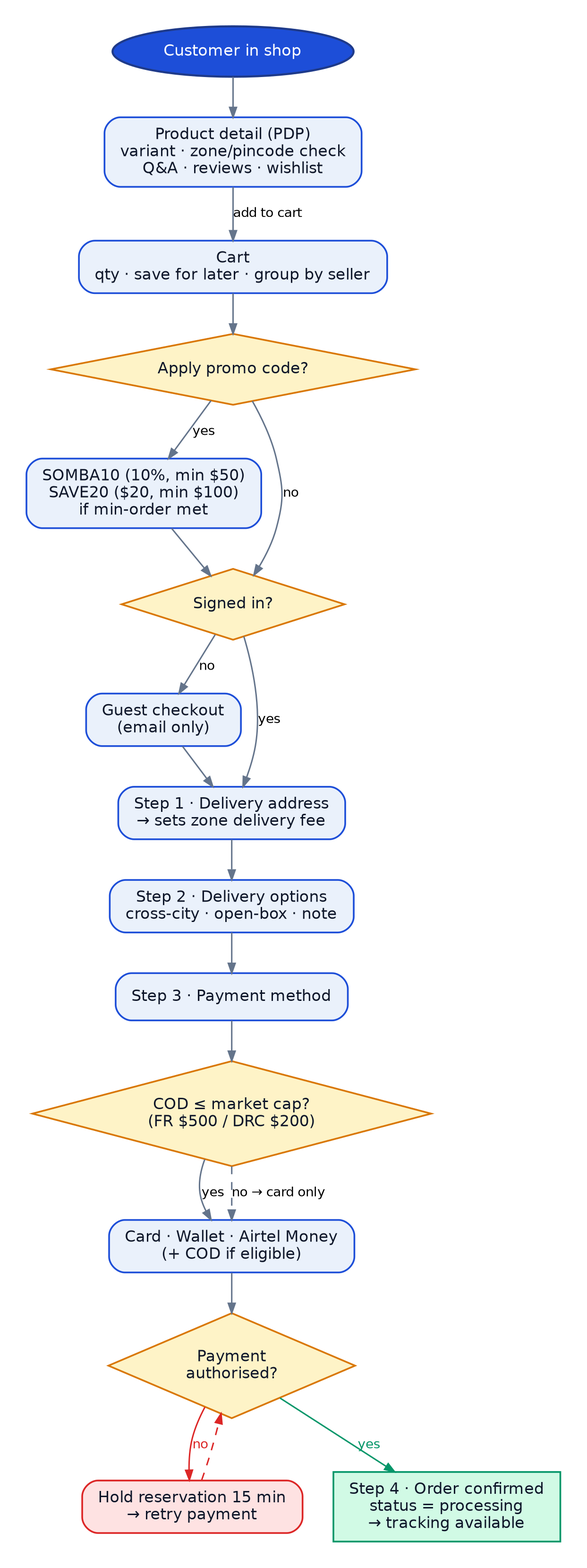
The Graphviz diagram docs/flows/diagrams/03_ordering.png in WaseemMirzaa/somba-apps, before a commit. Its source is kept beside it as docs/flows/diagrams/03_ordering.dot. The source it was exported from:
```dot
digraph ordering {
  graph [rankdir=TB, bgcolor="white", fontname="Helvetica", nodesep=0.32, ranksep=0.42, pad=0.28, ];
  node  [fontname="Helvetica", fontsize=12, margin="0.17,0.10", penwidth=1.3];
  edge  [fontname="Helvetica", fontsize=10, color="#64748b", arrowsize=0.75, penwidth=1.1];
  "o_start" [label="Customer in shop", shape=oval, style="filled", fillcolor="#1d4ed8", color="#1e3a8a", fontcolor="white", fontsize=12, penwidth=1.6];
  "o_pdp" [label="Product detail (PDP)
variant · zone/pincode check
Q&A · reviews · wishlist", shape=box, style="rounded,filled", fillcolor="#EAF1FB", color="#1d4ed8", fontcolor="#0f172a", fontsize=12, penwidth=1.3];
  "o_cart" [label="Cart
qty · save for later · group by seller", shape=box, style="rounded,filled", fillcolor="#EAF1FB", color="#1d4ed8", fontcolor="#0f172a", fontsize=12, penwidth=1.3];
  "o_promo" [label="Apply promo code?", shape=diamond, style="filled", fillcolor="#FEF3C7", color="#d97706", fontcolor="#0f172a", fontsize=12, penwidth=1.3];
  "o_promo_y" [label="SOMBA10 (10%, min $50)
SAVE20 ($20, min $100)
if min-order met", shape=box, style="rounded,filled", fillcolor="#EAF1FB", color="#1d4ed8", fontcolor="#0f172a", fontsize=12, penwidth=1.3];
  "o_auth" [label="Signed in?", shape=diamond, style="filled", fillcolor="#FEF3C7", color="#d97706", fontcolor="#0f172a", fontsize=12, penwidth=1.3];
  "o_guest" [label="Guest checkout
(email only)", shape=box, style="rounded,filled", fillcolor="#EAF1FB", color="#1d4ed8", fontcolor="#0f172a", fontsize=12, penwidth=1.3];
  "o_addr" [label="Step 1 · Delivery address
→ sets zone delivery fee", shape=box, style="rounded,filled", fillcolor="#EAF1FB", color="#1d4ed8", fontcolor="#0f172a", fontsize=12, penwidth=1.3];
  "o_opts" [label="Step 2 · Delivery options
cross-city · open-box · note", shape=box, style="rounded,filled", fillcolor="#EAF1FB", color="#1d4ed8", fontcolor="#0f172a", fontsize=12, penwidth=1.3];
  "o_pay" [label="Step 3 · Payment method", shape=box, style="rounded,filled", fillcolor="#EAF1FB", color="#1d4ed8", fontcolor="#0f172a", fontsize=12, penwidth=1.3];
  "o_cod" [label="COD ≤ market cap?
(FR $500 / DRC $200)", shape=diamond, style="filled", fillcolor="#FEF3C7", color="#d97706", fontcolor="#0f172a", fontsize=12, penwidth=1.3];
  "o_methods" [label="Card · Wallet · Airtel Money
(+ COD if eligible)", shape=box, style="rounded,filled", fillcolor="#EAF1FB", color="#1d4ed8", fontcolor="#0f172a", fontsize=12, penwidth=1.3];
  "o_payok" [label="Payment
authorised?", shape=diamond, style="filled", fillcolor="#FEF3C7", color="#d97706", fontcolor="#0f172a", fontsize=12, penwidth=1.3];
  "o_retry" [label="Hold reservation 15 min
→ retry payment", shape=box, style="rounded,filled", fillcolor="#FEE2E2", color="#dc2626", fontcolor="#0f172a", fontsize=12, penwidth=1.3];
  "o_conf" [label="Step 4 · Order confirmed
status = processing
→ tracking available", shape=box, style="filled", fillcolor="#D1FAE5", color="#059669", fontcolor="#0f172a", fontsize=12, penwidth=1.3];
  "o_start" -> "o_pdp" [style=solid, color="#64748b"];
  "o_pdp" -> "o_cart" [style=solid, color="#64748b", label="add to cart"];
  "o_cart" -> "o_promo" [style=solid, color="#64748b"];
  "o_promo" -> "o_promo_y" [style=solid, color="#64748b", label="yes"];
  "o_promo" -> "o_auth" [style=solid, color="#64748b", label="no"];
  "o_promo_y" -> "o_auth" [style=solid, color="#64748b"];
  "o_auth" -> "o_addr" [style=solid, color="#64748b", label="yes"];
  "o_auth" -> "o_guest" [style=solid, color="#64748b", label="no"];
  "o_guest" -> "o_addr" [style=solid, color="#64748b"];
  "o_addr" -> "o_opts" [style=solid, color="#64748b"];
  "o_opts" -> "o_pay" [style=solid, color="#64748b"];
  "o_pay" -> "o_cod" [style=solid, color="#64748b"];
  "o_cod" -> "o_methods" [style=solid, color="#64748b", label="yes"];
  "o_cod" -> "o_methods" [style=dashed, color="#64748b", label="no → card only"];
  "o_methods" -> "o_payok" [style=solid, color="#64748b"];
  "o_payok" -> "o_conf" [style=solid, color="#059669", label="yes", fontcolor="#059669"];
  "o_payok" -> "o_retry" [style=solid, color="#dc2626", label="no", fontcolor="#dc2626"];
  "o_retry" -> "o_payok" [style=dashed, color="#dc2626"];
}
```
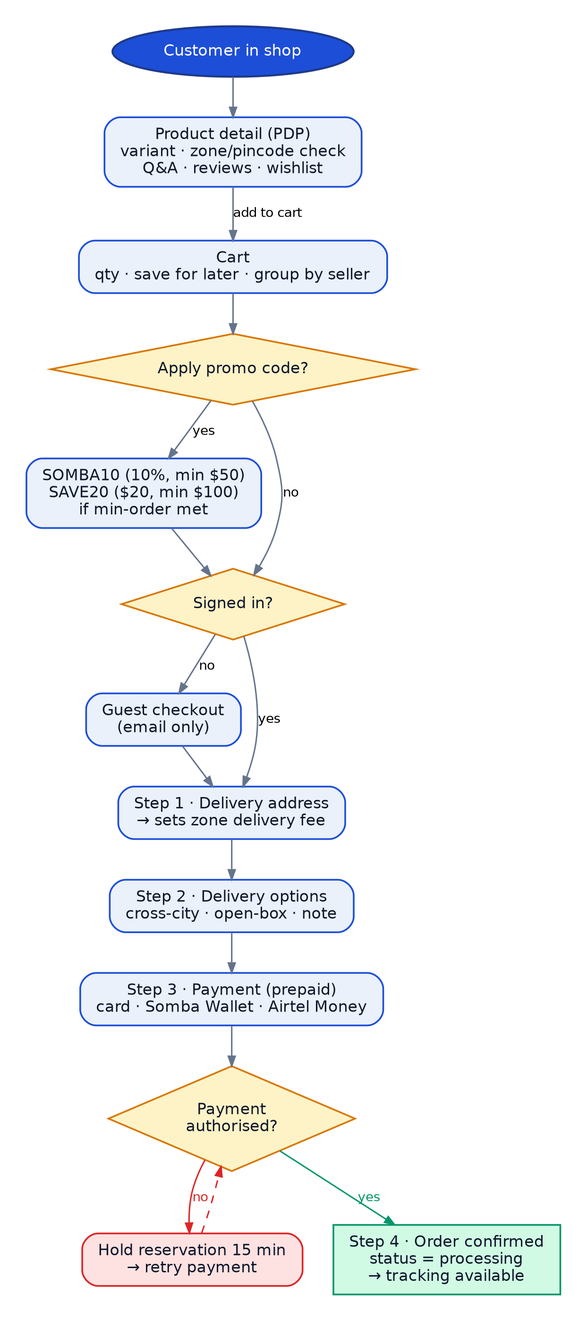
Above is the later version.

Change to the diagram source:
```diff
@@ -19,11 +19,8 @@
 → sets zone delivery fee", shape=box, style="rounded,filled", fillcolor="#EAF1FB", color="#1d4ed8", fontcolor="#0f172a", fontsize=12, penwidth=1.3];
   "o_opts" [label="Step 2 · Delivery options
 cross-city · open-box · note", shape=box, style="rounded,filled", fillcolor="#EAF1FB", color="#1d4ed8", fontcolor="#0f172a", fontsize=12, penwidth=1.3];
-  "o_pay" [label="Step 3 · Payment method", shape=box, style="rounded,filled", fillcolor="#EAF1FB", color="#1d4ed8", fontcolor="#0f172a", fontsize=12, penwidth=1.3];
-  "o_cod" [label="COD ≤ market cap?
-(FR $500 / DRC $200)", shape=diamond, style="filled", fillcolor="#FEF3C7", color="#d97706", fontcolor="#0f172a", fontsize=12, penwidth=1.3];
-  "o_methods" [label="Card · Wallet · Airtel Money
-(+ COD if eligible)", shape=box, style="rounded,filled", fillcolor="#EAF1FB", color="#1d4ed8", fontcolor="#0f172a", fontsize=12, penwidth=1.3];
+  "o_pay" [label="Step 3 · Payment (prepaid)
+card · Somba Wallet · Airtel Money", shape=box, style="rounded,filled", fillcolor="#EAF1FB", color="#1d4ed8", fontcolor="#0f172a", fontsize=12, penwidth=1.3];
   "o_payok" [label="Payment
 authorised?", shape=diamond, style="filled", fillcolor="#FEF3C7", color="#d97706", fontcolor="#0f172a", fontsize=12, penwidth=1.3];
   "o_retry" [label="Hold reservation 15 min
@@ -42,10 +39,7 @@
   "o_guest" -> "o_addr" [style=solid, color="#64748b"];
   "o_addr" -> "o_opts" [style=solid, color="#64748b"];
   "o_opts" -> "o_pay" [style=solid, color="#64748b"];
-  "o_pay" -> "o_cod" [style=solid, color="#64748b"];
-  "o_cod" -> "o_methods" [style=solid, color="#64748b", label="yes"];
-  "o_cod" -> "o_methods" [style=dashed, color="#64748b", label="no → card only"];
-  "o_methods" -> "o_payok" [style=solid, color="#64748b"];
+  "o_pay" -> "o_payok" [style=solid, color="#64748b"];
   "o_payok" -> "o_conf" [style=solid, color="#059669", label="yes", fontcolor="#059669"];
   "o_payok" -> "o_retry" [style=solid, color="#dc2626", label="no", fontcolor="#dc2626"];
   "o_retry" -> "o_payok" [style=dashed, color="#dc2626"];
```
